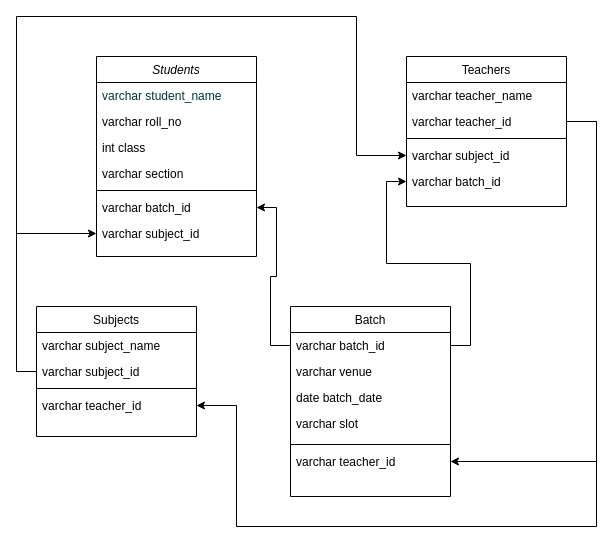
bsudharshan2001/MyRespository keeps this draw.io diagram as Untitled Diagram.drawio. Above is the earlier version. Source tidied: cells renumbered, new cells numbered last; positions are measured from the earlier drawing's top-left corner, leaving out a move shared by most shapes. Both pictures are drawn from the tidied source at 100%, with x=0, y=0 at pixel (16, 16).
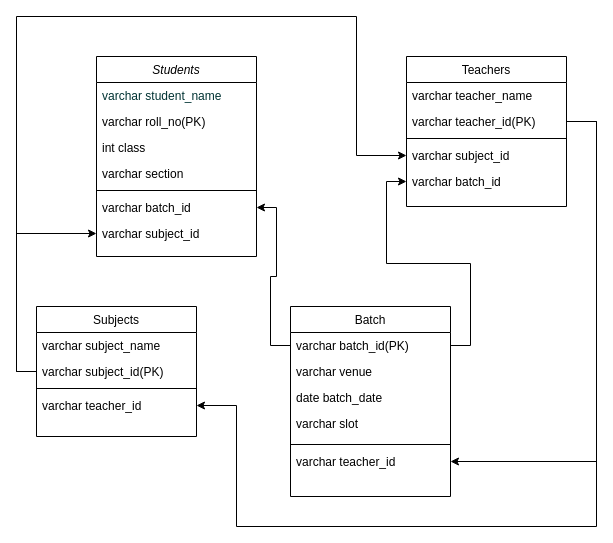
After the change.

The change refers to these unchanged cells:
```xml
<mxCell id="2" value="Students" style="swimlane;fontStyle=2;align=center;verticalAlign=top;horizontal=1;startSize=26;rounded=0;shadow=0;strokeWidth=1;" parent="1" vertex="1">
  <mxGeometry x="80" y="40" width="160" height="200" as="geometry" />
</mxCell>
<mxCell id="10" value="Subjects" style="swimlane;fontStyle=0;align=center;verticalAlign=top;horizontal=1;startSize=26;rounded=0;shadow=0;strokeWidth=1;" parent="1" vertex="1">
  <mxGeometry x="20" y="290" width="160" height="130" as="geometry" />
</mxCell>
<mxCell id="16" value="Batch" style="swimlane;fontStyle=0;align=center;verticalAlign=top;horizontal=1;startSize=26;rounded=0;shadow=0;strokeWidth=1;" parent="1" vertex="1">
  <mxGeometry x="274" y="290" width="160" height="190" as="geometry" />
</mxCell>
<mxCell id="23" value="Teachers" style="swimlane;fontStyle=0;align=center;verticalAlign=top;horizontal=1;startSize=26;rounded=0;shadow=0;strokeWidth=1;" parent="1" vertex="1">
  <mxGeometry x="390" y="40" width="160" height="150" as="geometry" />
</mxCell>
```

What changed in the source:
```diff
@@
-    <mxCell id="4" value="varchar roll_no" style="text;align=left;verticalAlign=top;spacingLeft=4;spacingRight=4;overflow=hidden;rounded=0;shadow=0;html=0;" parent="2" vertex="1">
+    <mxCell id="4" value="varchar roll_no(PK)" style="text;align=left;verticalAlign=top;spacingLeft=4;spacingRight=4;overflow=hidden;rounded=0;shadow=0;html=0;" parent="2" vertex="1">
       <mxGeometry y="52" width="160" height="26" as="geometry" />
     </mxCell>
@@
-    <mxCell id="12" value="varchar subject_id" style="text;align=left;verticalAlign=top;spacingLeft=4;spacingRight=4;overflow=hidden;points=[[0,0.5],[1,0.5]];portConstraint=eastwest;" parent="10" vertex="1">
+    <mxCell id="12" value="varchar subject_id(PK)" style="text;align=left;verticalAlign=top;spacingLeft=4;spacingRight=4;overflow=hidden;points=[[0,0.5],[1,0.5]];portConstraint=eastwest;" parent="10" vertex="1">
       <mxGeometry y="52" width="160" height="26" as="geometry" />
     </mxCell>
@@
-    <mxCell id="17" value="varchar batch_id" style="text;align=left;verticalAlign=top;spacingLeft=4;spacingRight=4;overflow=hidden;points=[[0,0.5],[1,0.5]];portConstraint=eastwest;" parent="16" vertex="1">
+    <mxCell id="17" value="varchar batch_id(PK)" style="text;align=left;verticalAlign=top;spacingLeft=4;spacingRight=4;overflow=hidden;points=[[0,0.5],[1,0.5]];portConstraint=eastwest;" parent="16" vertex="1">
       <mxGeometry y="26" width="160" height="26" as="geometry" />
     </mxCell>
@@
-    <mxCell id="25" value="varchar teacher_id" style="text;align=left;verticalAlign=top;spacingLeft=4;spacingRight=4;overflow=hidden;points=[[0,0.5],[1,0.5]];portConstraint=eastwest;rounded=0;shadow=0;html=0;" parent="23" vertex="1">
+    <mxCell id="25" value="varchar teacher_id(PK)" style="text;align=left;verticalAlign=top;spacingLeft=4;spacingRight=4;overflow=hidden;points=[[0,0.5],[1,0.5]];portConstraint=eastwest;rounded=0;shadow=0;html=0;" parent="23" vertex="1">
       <mxGeometry y="52" width="160" height="26" as="geometry" />
     </mxCell>
```
